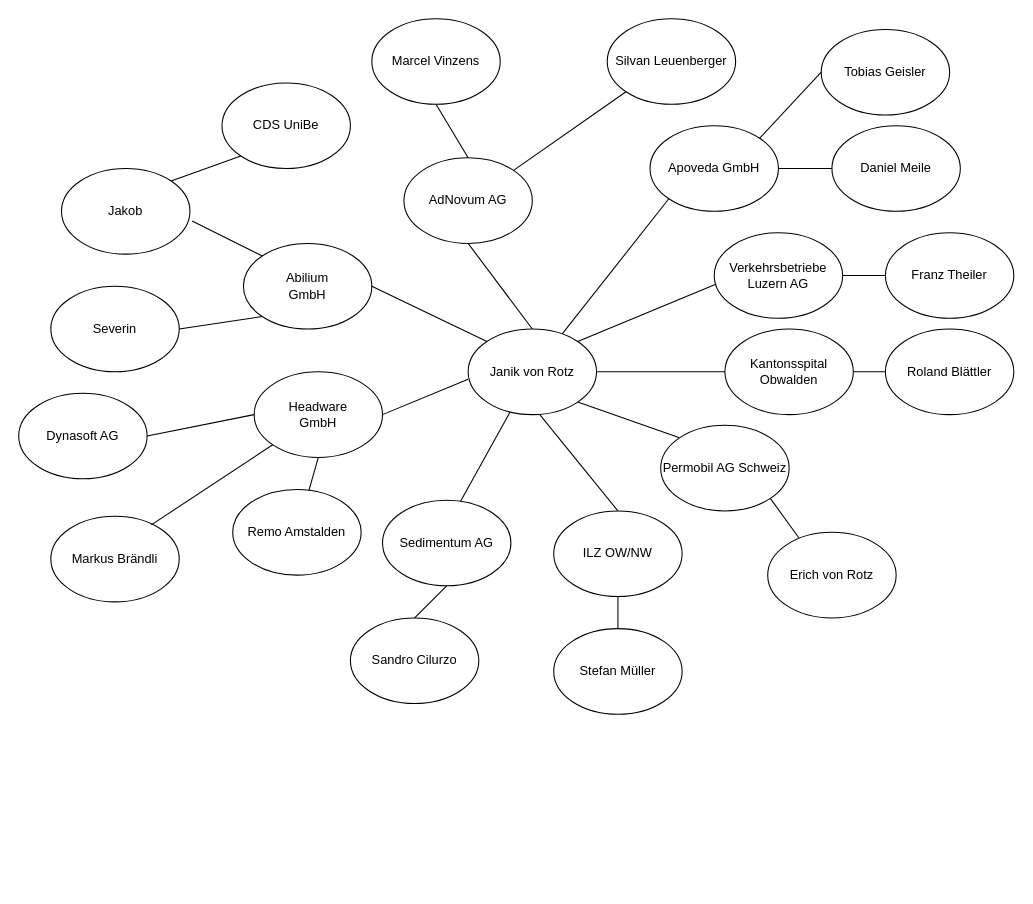
Above: Business Network.drawio in szumbrunn/network (draw.io), before the change. Source tidied: cells renumbered, new cells numbered last; positions are measured from the earlier drawing's top-left corner, leaving out a move shared by most shapes. Both pictures are drawn from the tidied source at 107%, with x=0, y=0 at pixel (18, 18).
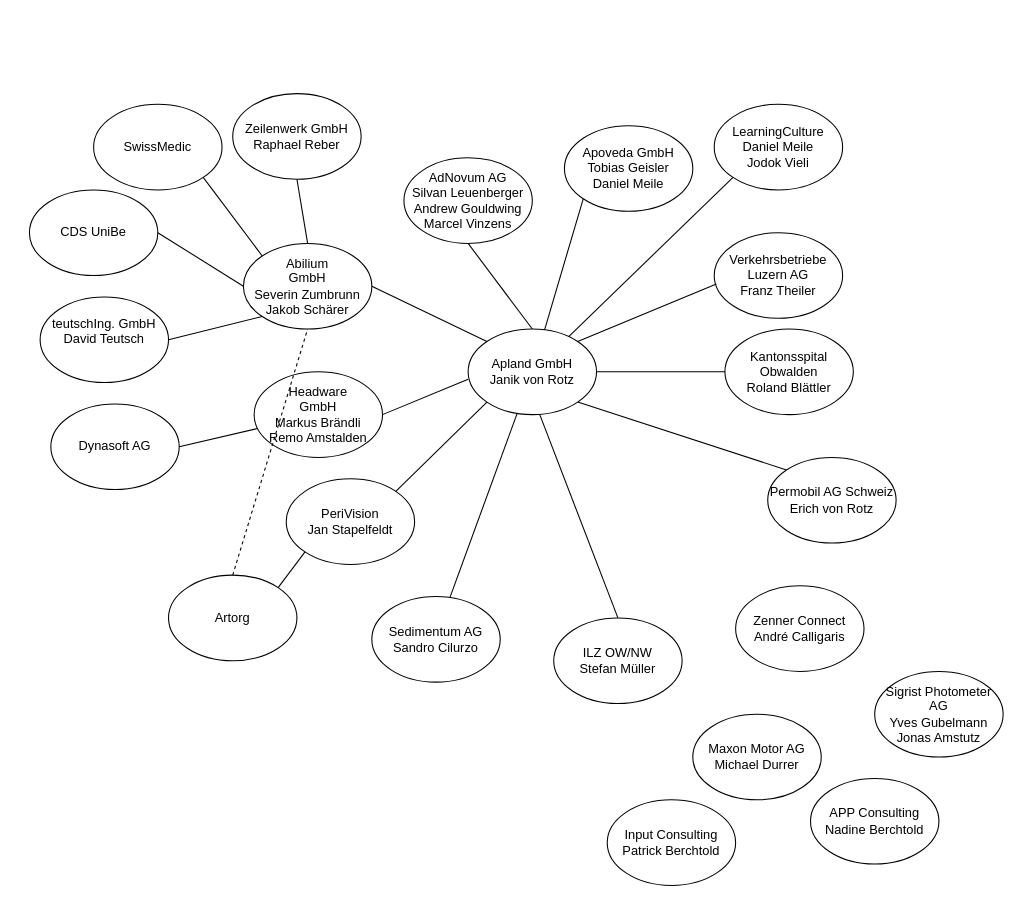
After the change.

Change to the diagram source:
```diff
@@
-    <mxCell id="2" value="Janik von Rotz" style="ellipse;whiteSpace=wrap;html=1;" parent="1" vertex="1">
+    <mxCell id="2" value="&lt;div&gt;Apland GmbH&lt;br&gt;&lt;/div&gt;&lt;div&gt;Janik von Rotz&lt;/div&gt;" style="ellipse;whiteSpace=wrap;html=1;" parent="1" vertex="1">
       <mxGeometry x="420" y="290" width="120" height="80" as="geometry" />
     </mxCell>
-    <mxCell id="3" value="&lt;div&gt;Abilium&lt;/div&gt;&lt;div&gt;GmbH&lt;/div&gt;" style="ellipse;whiteSpace=wrap;html=1;" parent="1" vertex="1">
+    <mxCell id="3" value="&lt;div&gt;Abilium&lt;/div&gt;&lt;div&gt;GmbH&lt;/div&gt;&lt;div&gt;Severin Zumbrunn&lt;br&gt;Jakob Schärer&lt;br&gt;&lt;/div&gt;" style="ellipse;whiteSpace=wrap;html=1;" parent="1" vertex="1">
       <mxGeometry x="210" y="210" width="120" height="80" as="geometry" />
     </mxCell>
@@
-    <mxCell id="6" value="Headware&lt;br&gt;GmbH" style="ellipse;whiteSpace=wrap;html=1;" parent="1" vertex="1">
+    <mxCell id="6" value="Headware&lt;br&gt;GmbH&lt;br&gt;Markus Brändli&lt;br&gt;Remo Amstalden" style="ellipse;whiteSpace=wrap;html=1;" parent="1" vertex="1">
       <mxGeometry x="220" y="330" width="120" height="80" as="geometry" />
     </mxCell>
-    <mxCell id="7" value="Markus Brändli" style="ellipse;whiteSpace=wrap;html=1;" parent="1" vertex="1">
-      <mxGeometry x="30" y="465" width="120" height="80" as="geometry" />
-    </mxCell>
-    <mxCell id="8" value="Remo Amstalden" style="ellipse;whiteSpace=wrap;html=1;" parent="1" vertex="1">
-      <mxGeometry x="200" y="440" width="120" height="80" as="geometry" />
-    </mxCell>
     <mxCell id="9" value="Dynasoft AG" style="ellipse;whiteSpace=wrap;html=1;" parent="1" vertex="1">
-      <mxGeometry y="350" width="120" height="80" as="geometry" />
+      <mxGeometry x="30" y="360" width="120" height="80" as="geometry" />
     </mxCell>
-    <mxCell id="10" style="endArrow=none;html=1;exitX=1;exitY=0.5;exitDx=0;exitDy=0;entryX=0;entryY=0.5;entryDx=0;entryDy=0;" parent="1" edge="1" source="9" target="6">
+    <mxCell id="10" style="endArrow=none;html=1;exitX=1;exitY=0.5;exitDx=0;exitDy=0;entryX=0.025;entryY=0.663;entryDx=0;entryDy=0;entryPerimeter=0;" parent="1" edge="1" source="9" target="6">
       <mxGeometry relative="1" as="geometry" />
     </mxCell>
@@
-    <mxCell id="12" style="endArrow=none;html=1;exitX=0.783;exitY=0.1;exitDx=0;exitDy=0;exitPerimeter=0;" parent="1" edge="1" source="7" target="6">
-      <mxGeometry relative="1" as="geometry" />
-    </mxCell>
-    <mxCell id="13" style="endArrow=none;html=1;entryX=0.5;entryY=1;entryDx=0;entryDy=0;" parent="1" edge="1" source="8" target="6">
-      <mxGeometry relative="1" as="geometry" />
-    </mxCell>
     <mxCell id="14" value="CDS UniBe" style="ellipse;whiteSpace=wrap;html=1;" parent="1" vertex="1">
-      <mxGeometry x="190" y="60" width="120" height="80" as="geometry" />
+      <mxGeometry x="10" y="160" width="120" height="80" as="geometry" />
     </mxCell>
-    <mxCell id="15" style="endArrow=none;html=1;entryX=0;entryY=1;entryDx=0;entryDy=0;exitX=1;exitY=0;exitDx=0;exitDy=0;" parent="1" edge="1" source="38" target="14">
+    <mxCell id="15" style="endArrow=none;html=1;entryX=1;entryY=0.5;entryDx=0;entryDy=0;exitX=0;exitY=0.5;exitDx=0;exitDy=0;" parent="1" edge="1" source="3" target="14">
       <mxGeometry relative="1" as="geometry" />
     </mxCell>
-    <mxCell id="16" value="Erich von Rotz" style="ellipse;whiteSpace=wrap;html=1;" parent="1" vertex="1">
-      <mxGeometry x="700" y="480" width="120" height="80" as="geometry" />
-    </mxCell>
@@
-    <mxCell id="18" value="Permobil AG Schweiz" style="ellipse;whiteSpace=wrap;html=1;" parent="1" vertex="1">
-      <mxGeometry x="600" y="380" width="120" height="80" as="geometry" />
+    <mxCell id="18" value="&lt;div&gt;Permobil AG Schweiz&lt;/div&gt;&lt;div&gt;Erich von Rotz&lt;br&gt;&lt;/div&gt;" style="ellipse;whiteSpace=wrap;html=1;" parent="1" vertex="1">
+      <mxGeometry x="700" y="410" width="120" height="80" as="geometry" />
     </mxCell>
-    <mxCell id="19" style="endArrow=none;html=1;exitX=1;exitY=1;exitDx=0;exitDy=0;entryX=0.242;entryY=0.063;entryDx=0;entryDy=0;entryPerimeter=0;" parent="1" edge="1" source="18" target="16">
-      <mxGeometry relative="1" as="geometry" />
-    </mxCell>
-    <mxCell id="20" value="Verkehrsbetriebe Luzern AG" style="ellipse;whiteSpace=wrap;html=1;" parent="1" vertex="1">
+    <mxCell id="20" value="&lt;div&gt;Verkehrsbetriebe Luzern AG&lt;/div&gt;&lt;div&gt;Franz Theiler&lt;br&gt;&lt;/div&gt;" style="ellipse;whiteSpace=wrap;html=1;" parent="1" vertex="1">
       <mxGeometry x="650" y="200" width="120" height="80" as="geometry" />
     </mxCell>
-    <mxCell id="21" value="Franz Theiler" style="ellipse;whiteSpace=wrap;html=1;" parent="1" vertex="1">
-      <mxGeometry x="810" y="200" width="120" height="80" as="geometry" />
-    </mxCell>
@@
-    <mxCell id="23" style="endArrow=none;html=1;exitX=1;exitY=0.5;exitDx=0;exitDy=0;entryX=0;entryY=0.5;entryDx=0;entryDy=0;" parent="1" edge="1" source="20" target="21">
-      <mxGeometry relative="1" as="geometry" />
-    </mxCell>
-    <mxCell id="24" value="AdNovum AG" style="ellipse;whiteSpace=wrap;html=1;" parent="1" vertex="1">
+    <mxCell id="24" value="&lt;div&gt;AdNovum AG&lt;/div&gt;&lt;div&gt;Silvan Leuenberger&lt;/div&gt;&lt;div&gt;Andrew Gouldwing&lt;/div&gt;&lt;div&gt;Marcel Vinzens&lt;br&gt;&lt;/div&gt;" style="ellipse;whiteSpace=wrap;html=1;" parent="1" vertex="1">
       <mxGeometry x="360" y="130" width="120" height="80" as="geometry" />
     </mxCell>
@@
-    <mxCell id="26" value="Silvan Leuenberger" style="ellipse;whiteSpace=wrap;html=1;" parent="1" vertex="1">
-      <mxGeometry x="550" width="120" height="80" as="geometry" />
-    </mxCell>
-    <mxCell id="27" style="endArrow=none;html=1;exitX=1;exitY=0;exitDx=0;exitDy=0;entryX=0;entryY=1;entryDx=0;entryDy=0;" parent="1" edge="1" source="24" target="26">
-      <mxGeometry relative="1" as="geometry" />
-    </mxCell>
-    <mxCell id="28" value="Marcel Vinzens" style="ellipse;whiteSpace=wrap;html=1;" parent="1" vertex="1">
-      <mxGeometry x="330" width="120" height="80" as="geometry" />
-    </mxCell>
-    <mxCell id="29" style="endArrow=none;html=1;entryX=0.5;entryY=1;entryDx=0;entryDy=0;exitX=0.5;exitY=0;exitDx=0;exitDy=0;" parent="1" edge="1" source="24" target="28">
-      <mxGeometry relative="1" as="geometry" />
-    </mxCell>
-    <mxCell id="30" value="Kantonsspital Obwalden" style="ellipse;whiteSpace=wrap;html=1;" parent="1" vertex="1">
+    <mxCell id="30" value="&lt;div&gt;Kantonsspital Obwalden&lt;/div&gt;&lt;div&gt;Roland Blättler&lt;br&gt;&lt;/div&gt;" style="ellipse;whiteSpace=wrap;html=1;" parent="1" vertex="1">
       <mxGeometry x="660" y="290" width="120" height="80" as="geometry" />
     </mxCell>
@@
-    <mxCell id="32" value="Roland Blättler" style="ellipse;whiteSpace=wrap;html=1;" parent="1" vertex="1">
-      <mxGeometry x="810" y="290" width="120" height="80" as="geometry" />
-    </mxCell>
-    <mxCell id="33" style="endArrow=none;html=1;exitX=1;exitY=0.5;exitDx=0;exitDy=0;entryX=0;entryY=0.5;entryDx=0;entryDy=0;" parent="1" edge="1" source="30" target="32">
-      <mxGeometry relative="1" as="geometry" />
-    </mxCell>
-    <mxCell id="34" value="ILZ OW/NW" style="ellipse;whiteSpace=wrap;html=1;" parent="1" vertex="1">
-      <mxGeometry x="500" y="460" width="120" height="80" as="geometry" />
+    <mxCell id="34" value="&lt;div&gt;ILZ OW/NW&lt;/div&gt;&lt;div&gt;Stefan Müller&lt;br&gt;&lt;/div&gt;" style="ellipse;whiteSpace=wrap;html=1;" parent="1" vertex="1">
+      <mxGeometry x="500" y="560" width="120" height="80" as="geometry" />
     </mxCell>
-    <mxCell id="35" value="Stefan Müller" style="ellipse;whiteSpace=wrap;html=1;" parent="1" vertex="1">
-      <mxGeometry x="500" y="570" width="120" height="80" as="geometry" />
-    </mxCell>
@@
-    <mxCell id="37" style="endArrow=none;html=1;entryX=0.5;entryY=1;entryDx=0;entryDy=0;exitX=0.5;exitY=0;exitDx=0;exitDy=0;" parent="1" edge="1" source="35" target="34">
-      <mxGeometry relative="1" as="geometry" />
-    </mxCell>
-    <mxCell id="38" value="Jakob" style="ellipse;whiteSpace=wrap;html=1;" parent="1" vertex="1">
-      <mxGeometry x="40" y="140" width="120" height="80" as="geometry" />
-    </mxCell>
-    <mxCell id="39" style="endArrow=none;html=1;exitX=1.017;exitY=0.613;exitDx=0;exitDy=0;exitPerimeter=0;entryX=0;entryY=0;entryDx=0;entryDy=0;" parent="1" edge="1" source="38" target="3">
-      <mxGeometry relative="1" as="geometry" />
-    </mxCell>
-    <mxCell id="40" value="Severin" style="ellipse;whiteSpace=wrap;html=1;" parent="1" vertex="1">
-      <mxGeometry x="30" y="250" width="120" height="80" as="geometry" />
-    </mxCell>
-    <mxCell id="41" style="endArrow=none;html=1;exitX=1;exitY=0.5;exitDx=0;exitDy=0;entryX=0;entryY=1;entryDx=0;entryDy=0;" parent="1" edge="1" source="40" target="3">
-      <mxGeometry relative="1" as="geometry" />
-    </mxCell>
-    <mxCell id="42" value="Apoveda GmbH" style="ellipse;whiteSpace=wrap;html=1;" parent="1" vertex="1">
-      <mxGeometry x="590" y="100" width="120" height="80" as="geometry" />
+    <mxCell id="42" value="&lt;div&gt;Apoveda GmbH&lt;/div&gt;&lt;div&gt;Tobias Geisler&lt;/div&gt;&lt;div&gt;Daniel Meile&lt;br&gt;&lt;/div&gt;" style="ellipse;whiteSpace=wrap;html=1;" parent="1" vertex="1">
+      <mxGeometry x="510" y="100" width="120" height="80" as="geometry" />
     </mxCell>
-    <mxCell id="43" value="Tobias Geisler" style="ellipse;whiteSpace=wrap;html=1;" parent="1" vertex="1">
-      <mxGeometry x="750" y="10" width="120" height="80" as="geometry" />
-    </mxCell>
-    <mxCell id="44" value="Daniel Meile" style="ellipse;whiteSpace=wrap;html=1;" parent="1" vertex="1">
-      <mxGeometry x="760" y="100" width="120" height="80" as="geometry" />
-    </mxCell>
@@
-    <mxCell id="46" style="endArrow=none;html=1;exitX=1;exitY=0;exitDx=0;exitDy=0;entryX=0;entryY=0.5;entryDx=0;entryDy=0;" parent="1" edge="1" source="42" target="43">
-      <mxGeometry relative="1" as="geometry" />
-    </mxCell>
-    <mxCell id="47" style="endArrow=none;html=1;exitX=1;exitY=0.5;exitDx=0;exitDy=0;entryX=0;entryY=0.5;entryDx=0;entryDy=0;" parent="1" edge="1" source="42" target="44">
-      <mxGeometry relative="1" as="geometry" />
-    </mxCell>
-    <mxCell id="48" value="Sedimentum AG" style="ellipse;whiteSpace=wrap;html=1;" parent="1" vertex="1">
-      <mxGeometry x="340" y="450" width="120" height="80" as="geometry" />
+    <mxCell id="48" value="&lt;div&gt;Sedimentum AG&lt;/div&gt;&lt;div&gt;Sandro Cilurzo&lt;br&gt;&lt;/div&gt;" style="ellipse;whiteSpace=wrap;html=1;" parent="1" vertex="1">
+      <mxGeometry x="330" y="540" width="120" height="80" as="geometry" />
     </mxCell>
-    <mxCell id="49" value="Sandro Cilurzo" style="ellipse;whiteSpace=wrap;html=1;" parent="1" vertex="1">
-      <mxGeometry x="310" y="560" width="120" height="80" as="geometry" />
-    </mxCell>
@@
-    <mxCell id="51" style="endArrow=none;html=1;exitX=0.5;exitY=1;exitDx=0;exitDy=0;entryX=0.5;entryY=0;entryDx=0;entryDy=0;" parent="1" edge="1" source="48" target="49">
-      <mxGeometry relative="1" as="geometry" />
-    </mxCell>
+    <mxCell id="52" value="&lt;div&gt;PeriVision&lt;/div&gt;&lt;div&gt;Jan Stapelfeldt&lt;br&gt;&lt;/div&gt;" style="ellipse;whiteSpace=wrap;html=1;" parent="1" vertex="1">
+      <mxGeometry x="250" y="430" width="120" height="80" as="geometry" />
+    </mxCell>
+    <mxCell id="53" style="endArrow=none;html=1;exitX=1;exitY=0;exitDx=0;exitDy=0;entryX=0;entryY=1;entryDx=0;entryDy=0;" parent="1" edge="1" source="52" target="2">
+      <mxGeometry relative="1" as="geometry" />
+    </mxCell>
+    <mxCell id="54" value="Artorg" style="ellipse;whiteSpace=wrap;html=1;" parent="1" vertex="1">
+      <mxGeometry x="140" y="520" width="120" height="80" as="geometry" />
+    </mxCell>
+    <mxCell id="55" style="endArrow=none;html=1;exitX=1;exitY=0;exitDx=0;exitDy=0;entryX=0;entryY=1;entryDx=0;entryDy=0;" parent="1" edge="1" source="54" target="52">
+      <mxGeometry relative="1" as="geometry" />
+    </mxCell>
+    <mxCell id="56" value="SwissMedic" style="ellipse;whiteSpace=wrap;html=1;" parent="1" vertex="1">
+      <mxGeometry x="70" y="80" width="120" height="80" as="geometry" />
+    </mxCell>
+    <mxCell id="57" style="endArrow=none;html=1;entryX=1;entryY=1;entryDx=0;entryDy=0;exitX=0;exitY=0;exitDx=0;exitDy=0;" parent="1" edge="1" source="3" target="56">
+      <mxGeometry relative="1" as="geometry" />
+    </mxCell>
+    <mxCell id="58" value="&lt;div&gt;Zeilenwerk GmbH&lt;/div&gt;&lt;div&gt;Raphael Reber&lt;br&gt;&lt;/div&gt;" style="ellipse;whiteSpace=wrap;html=1;" parent="1" vertex="1">
+      <mxGeometry x="200" y="70" width="120" height="80" as="geometry" />
+    </mxCell>
+    <mxCell id="59" style="endArrow=none;html=1;entryX=0.5;entryY=1;entryDx=0;entryDy=0;exitX=0.5;exitY=0;exitDx=0;exitDy=0;" parent="1" edge="1" source="3" target="58">
+      <mxGeometry relative="1" as="geometry" />
+    </mxCell>
+    <mxCell id="60" value="&lt;div&gt;teutschIng. GmbH&lt;/div&gt;&lt;div&gt;David Teutsch&lt;br&gt;&lt;br/&gt;    &lt;/div&gt;" style="ellipse;whiteSpace=wrap;html=1;" parent="1" vertex="1">
+      <mxGeometry x="20" y="260" width="120" height="80" as="geometry" />
+    </mxCell>
+    <mxCell id="61" style="endArrow=none;html=1;entryX=1;entryY=0.5;entryDx=0;entryDy=0;exitX=0;exitY=1;exitDx=0;exitDy=0;" parent="1" edge="1" source="3" target="60">
+      <mxGeometry relative="1" as="geometry" />
+    </mxCell>
+    <mxCell id="62" value="Zenner Connect&lt;br&gt;André Calligaris" style="ellipse;whiteSpace=wrap;html=1;" parent="1" vertex="1">
+      <mxGeometry x="670" y="530" width="120" height="80" as="geometry" />
+    </mxCell>
+    <mxCell id="63" value="&lt;div&gt;LearningCulture&lt;br&gt;&lt;/div&gt;&lt;div&gt;Daniel Meile&lt;/div&gt;&lt;div&gt;Jodok Vieli&lt;br&gt;&lt;/div&gt;" style="ellipse;whiteSpace=wrap;html=1;" parent="1" vertex="1">
+      <mxGeometry x="650" y="80" width="120" height="80" as="geometry" />
+    </mxCell>
+    <mxCell id="64" style="endArrow=none;html=1;entryX=0;entryY=1;entryDx=0;entryDy=0;" parent="1" edge="1" source="2" target="63">
+      <mxGeometry relative="1" as="geometry" />
+    </mxCell>
+    <mxCell id="65" value="&lt;div&gt;Maxon Motor AG&lt;/div&gt;&lt;div&gt;Michael Durrer&lt;br&gt;&lt;/div&gt;" style="ellipse;whiteSpace=wrap;html=1;" parent="1" vertex="1">
+      <mxGeometry x="630" y="650" width="120" height="80" as="geometry" />
+    </mxCell>
+    <mxCell id="66" value="&lt;div&gt;Sigrist Photometer AG&lt;/div&gt;&lt;div&gt;Yves Gubelmann&lt;/div&gt;&lt;div&gt;Jonas Amstutz&lt;br&gt;&lt;/div&gt;" style="ellipse;whiteSpace=wrap;html=1;" parent="1" vertex="1">
+      <mxGeometry x="800" y="610" width="120" height="80" as="geometry" />
+    </mxCell>
+    <mxCell id="67" value="&lt;div&gt;APP Consulting&lt;br&gt;&lt;/div&gt;&lt;div&gt;Nadine Berchtold&lt;br&gt;&lt;/div&gt;" style="ellipse;whiteSpace=wrap;html=1;" parent="1" vertex="1">
+      <mxGeometry x="740" y="710" width="120" height="80" as="geometry" />
+    </mxCell>
+    <mxCell id="68" value="&lt;div&gt;Input Consulting&lt;/div&gt;&lt;div&gt;Patrick Berchtold&lt;br&gt;&lt;/div&gt;" style="ellipse;whiteSpace=wrap;html=1;" parent="1" vertex="1">
+      <mxGeometry x="550" y="730" width="120" height="80" as="geometry" />
+    </mxCell>
+    <mxCell id="69" style="endArrow=none;dashed=1;html=1;exitX=0.5;exitY=0;exitDx=0;exitDy=0;entryX=0.5;entryY=1;entryDx=0;entryDy=0;" parent="1" edge="1" source="54" target="3">
+      <mxGeometry relative="1" as="geometry" />
+    </mxCell>
```
